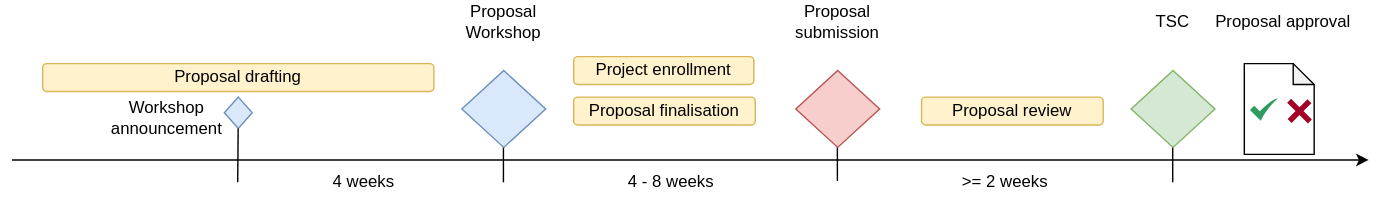
Earlier version of the draw.io export asamprojectguide/office-review-changes/compendium/_images/asam/proposal_phase_timeline.drawio.svg (asam-ev/asam-project-guide). Source tidied: cells renumbered, new cells last; positions are measured from the earlier drawing's top-left corner, leaving out a move shared by most shapes.
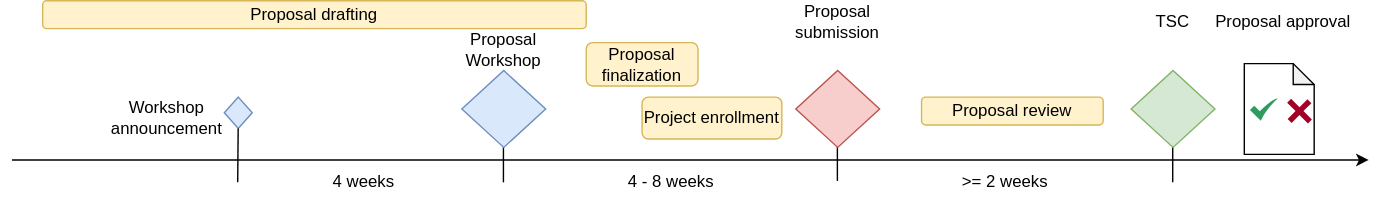
Later version of the same file.

The edit, as a diff of the source:
```diff
@@ -3,7 +3,7 @@
     <mxCell id="0" />
     <mxCell id="1" parent="0" />
     <mxCell id="2" value="Proposal drafting" style="rounded=1;whiteSpace=wrap;html=1;fillColor=#fff2cc;strokeColor=#d6b656;fontColor=#000000;" parent="1" vertex="1">
-      <mxGeometry x="22" y="45" width="280" height="20" as="geometry" />
+      <mxGeometry x="22" width="389" height="20" as="geometry" />
     </mxCell>
     <mxCell id="3" style="endArrow=none;html=1;strokeColor=#000000;" parent="1" edge="1">
       <mxGeometry relative="1" as="geometry">
@@ -11,8 +11,8 @@
         <mxPoint x="351.8" y="80" as="targetPoint" />
       </mxGeometry>
     </mxCell>
-    <mxCell id="4" value="Proposal finalisation" style="rounded=1;whiteSpace=wrap;html=1;fillColor=#fff2cc;strokeColor=#d6b656;fontColor=#000000;" parent="1" vertex="1">
-      <mxGeometry x="402" y="69" width="130" height="20" as="geometry" />
+    <mxCell id="4" value="Proposal finalization" style="rounded=1;whiteSpace=wrap;html=1;fillColor=#fff2cc;strokeColor=#d6b656;fontColor=#000000;" parent="1" vertex="1">
+      <mxGeometry x="411" y="30" width="80" height="31" as="geometry" />
     </mxCell>
     <mxCell id="5" value="4 - 8 weeks" style="text;html=1;strokeColor=none;fillColor=none;align=center;verticalAlign=middle;whiteSpace=wrap;rounded=0;fontColor=#000000;" parent="1" vertex="1">
       <mxGeometry x="422" y="115" width="100" height="30" as="geometry" />
@@ -27,13 +27,13 @@
       <mxGeometry x="322" y="50" width="60" height="55" as="geometry" />
     </mxCell>
     <mxCell id="8" value="Proposal Workshop" style="text;html=1;strokeColor=none;fillColor=none;align=center;verticalAlign=middle;whiteSpace=wrap;rounded=0;fontColor=#000000;" parent="1" vertex="1">
-      <mxGeometry x="302" width="100" height="30" as="geometry" />
+      <mxGeometry x="302" y="20" width="100" height="30" as="geometry" />
     </mxCell>
     <mxCell id="9" value="TSC" style="text;html=1;strokeColor=none;fillColor=none;align=center;verticalAlign=middle;whiteSpace=wrap;rounded=0;fontColor=#000000;" parent="1" vertex="1">
       <mxGeometry x="781" width="100" height="30" as="geometry" />
     </mxCell>
     <mxCell id="10" value="Project enrollment" style="rounded=1;whiteSpace=wrap;html=1;fillColor=#fff2cc;strokeColor=#d6b656;fontColor=#000000;" parent="1" vertex="1">
-      <mxGeometry x="402" y="40" width="129" height="20" as="geometry" />
+      <mxGeometry x="451" y="69" width="100" height="30" as="geometry" />
     </mxCell>
     <mxCell id="11" value="Workshop&amp;nbsp;&lt;br&gt;announcement" style="text;html=1;strokeColor=none;fillColor=none;align=center;verticalAlign=middle;whiteSpace=wrap;rounded=0;fontColor=#000000;" parent="1" vertex="1">
       <mxGeometry x="61" y="69" width="100" height="30" as="geometry" />
```
